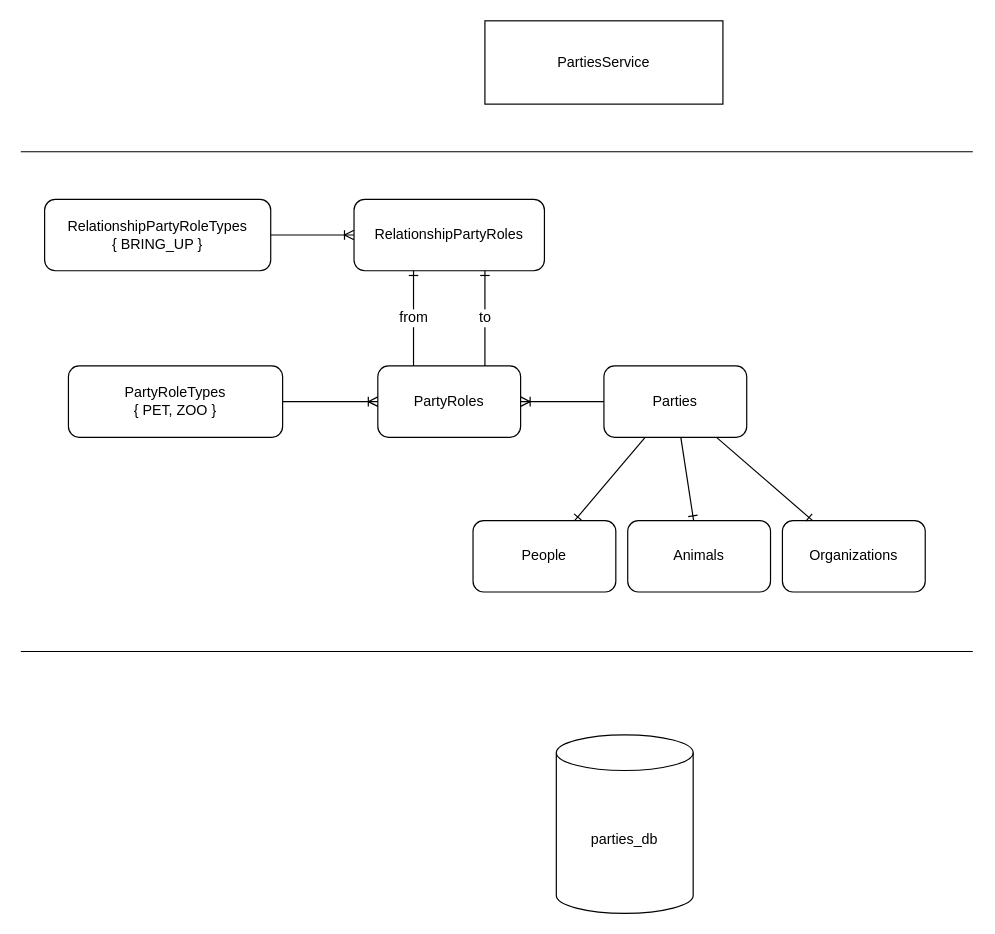
The draw.io diagram docs/moodeng.drawio in chavp/hello-api, before the edit. Source tidied: cells renumbered, new cells numbered last; positions are measured from the earlier drawing's top-left corner, leaving out a move shared by most shapes. Both pictures are drawn from the tidied source at 119%, with x=0, y=0 at pixel (20, 20).
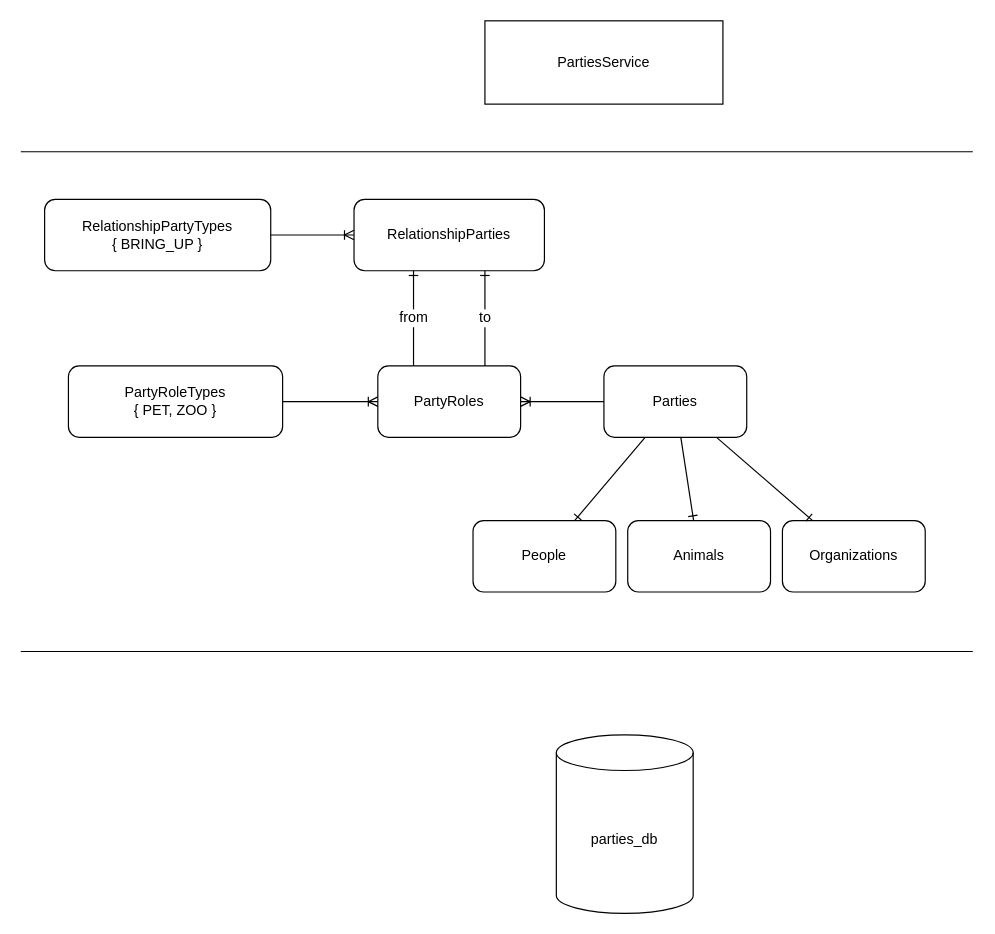
The same page after the edit.

The edit, as a diff of the source:
```diff
@@
-    <mxCell id="13" value="RelationshipPartyRoles" style="rounded=1;whiteSpace=wrap;html=1;" parent="1" vertex="1">
+    <mxCell id="13" value="RelationshipParties" style="rounded=1;whiteSpace=wrap;html=1;" parent="1" vertex="1">
       <mxGeometry x="280" y="150" width="160" height="60" as="geometry" />
     </mxCell>
@@
-    <mxCell id="16" value="RelationshipPartyRoleTypes&lt;div&gt;{ BRING_UP }&lt;/div&gt;" style="rounded=1;whiteSpace=wrap;html=1;" parent="1" vertex="1">
+    <mxCell id="16" value="RelationshipPartyTypes&lt;div&gt;{ BRING_UP }&lt;/div&gt;" style="rounded=1;whiteSpace=wrap;html=1;" parent="1" vertex="1">
       <mxGeometry x="20" y="150" width="190" height="60" as="geometry" />
     </mxCell>
```
